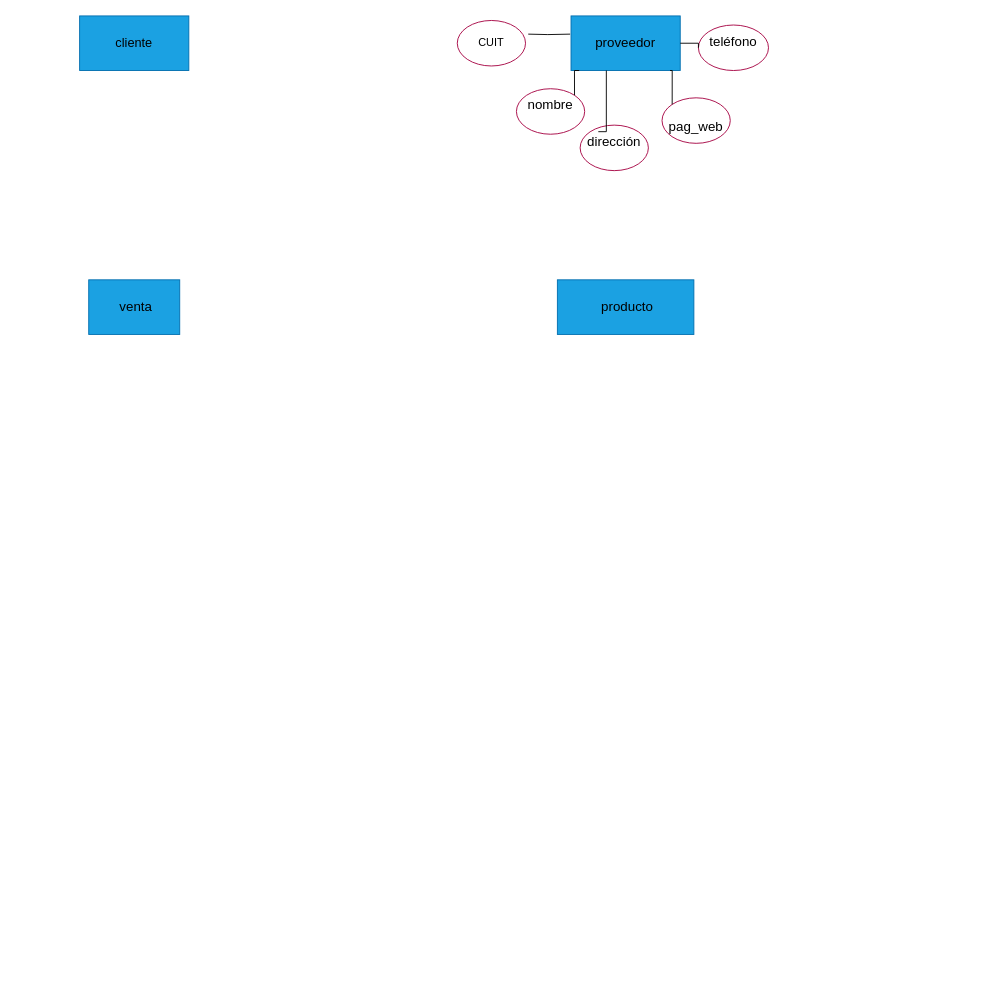
Above: DER_practica/Diagrama sin título.drawio in Sofia-Molinaro/Base_de_Datos_I (draw.io), before the change. Source tidied: cells renumbered, new cells numbered last; positions are measured from the earlier drawing's top-left corner, leaving out a move shared by most shapes. Both pictures are drawn from the tidied source at 91%, with x=0, y=0 at pixel (79, 15).
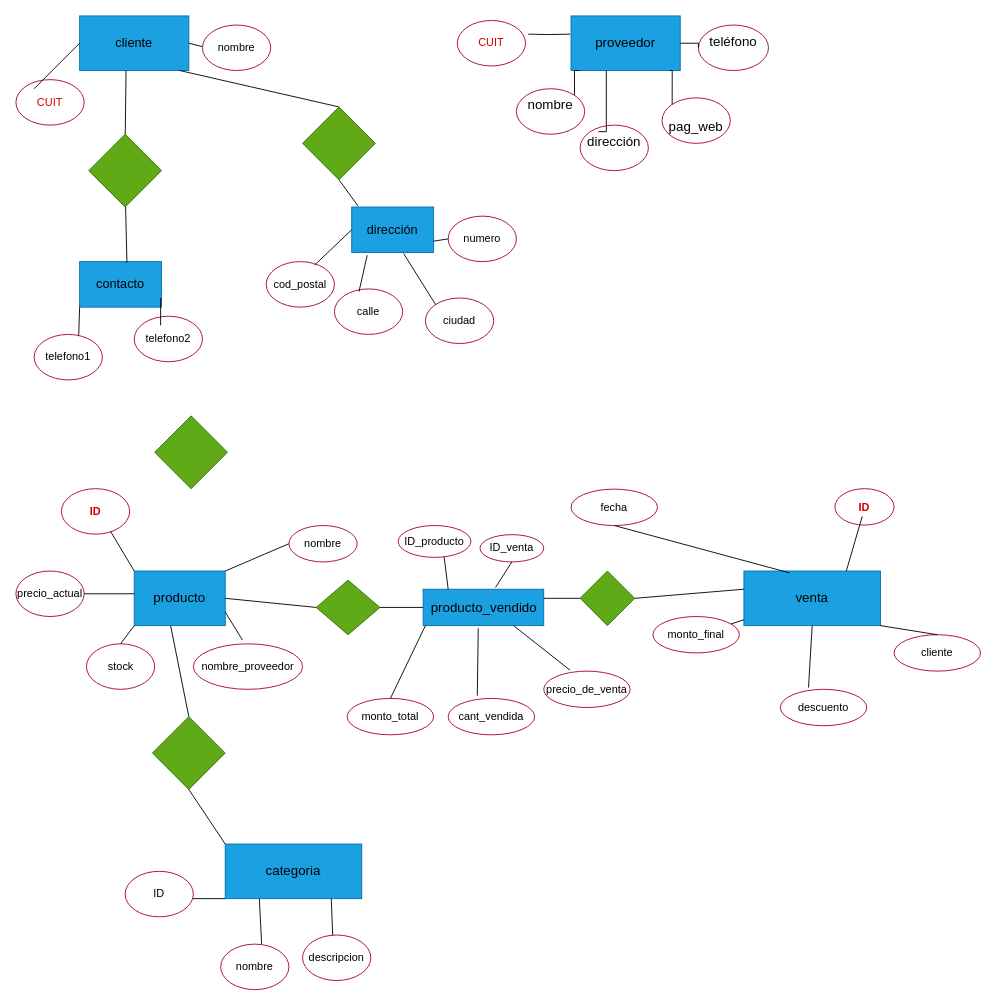
After the change.

Unchanged cells that the change refers to:
```xml
<mxCell id="3" value="&lt;font style=&quot;font-size: 14px;&quot; color=&quot;#000000&quot;&gt;cliente&lt;/font&gt;" style="rounded=0;whiteSpace=wrap;html=1;fillColor=#1ba1e2;fontColor=#ffffff;strokeColor=#006EAF;" parent="1" vertex="1">
  <mxGeometry width="120" height="60" as="geometry" />
</mxCell>
```

What changed in the source:
```diff
@@
-    <mxCell id="4" value="&lt;b id=&quot;docs-internal-guid-612375e4-7fff-f534-00d8-93ea4280d572&quot; style=&quot;font-weight:normal;&quot;&gt;&lt;span style=&quot;font-size: 11pt; font-family: Arial; color: rgb(0, 0, 0); background-color: transparent; font-weight: 400; font-style: normal; font-variant: normal; text-decoration: none; vertical-align: baseline;&quot;&gt;&amp;nbsp;producto&lt;/span&gt;&lt;/b&gt;" style="rounded=0;whiteSpace=wrap;html=1;fillColor=#1ba1e2;fontColor=#ffffff;strokeColor=#006EAF;" parent="1" vertex="1">
-      <mxGeometry x="525" y="290" width="150" height="60" as="geometry" />
+    <mxCell id="4" value="&lt;b id=&quot;docs-internal-guid-612375e4-7fff-f534-00d8-93ea4280d572&quot; style=&quot;font-weight:normal;&quot;&gt;&lt;span style=&quot;font-size: 11pt; font-family: Arial; color: rgb(0, 0, 0); background-color: transparent; font-weight: 400; font-style: normal; font-variant: normal; text-decoration: none; vertical-align: baseline;&quot;&gt;venta&lt;/span&gt;&lt;/b&gt;" style="rounded=0;whiteSpace=wrap;html=1;fillColor=#1ba1e2;fontColor=#ffffff;strokeColor=#006EAF;" parent="1" vertex="1">
+      <mxGeometry x="730" y="610" width="150" height="60" as="geometry" />
     </mxCell>
-    <mxCell id="5" value="&lt;b id=&quot;docs-internal-guid-612375e4-7fff-f534-00d8-93ea4280d572&quot; style=&quot;font-weight:normal;&quot;&gt;&lt;span style=&quot;font-size: 11pt; font-family: Arial; color: rgb(0, 0, 0); background-color: transparent; font-weight: 400; font-style: normal; font-variant: normal; text-decoration: none; vertical-align: baseline;&quot;&gt;&amp;nbsp;venta&lt;/span&gt;&lt;/b&gt;" style="rounded=0;whiteSpace=wrap;html=1;fillColor=#1ba1e2;fontColor=#ffffff;strokeColor=#006EAF;" parent="1" vertex="1">
-      <mxGeometry x="10" y="290" width="100" height="60" as="geometry" />
+    <mxCell id="5" value="&lt;b id=&quot;docs-internal-guid-612375e4-7fff-f534-00d8-93ea4280d572&quot; style=&quot;font-weight:normal;&quot;&gt;&lt;span style=&quot;font-size: 11pt; font-family: Arial; color: rgb(0, 0, 0); background-color: transparent; font-weight: 400; font-style: normal; font-variant: normal; text-decoration: none; vertical-align: baseline;&quot;&gt;producto&lt;/span&gt;&lt;/b&gt;" style="rounded=0;whiteSpace=wrap;html=1;fillColor=#1ba1e2;fontColor=#ffffff;strokeColor=#006EAF;" parent="1" vertex="1">
+      <mxGeometry x="60" y="610" width="100" height="60" as="geometry" />
     </mxCell>
@@
-    <mxCell id="7" value="&lt;font color=&quot;#000000&quot;&gt;CUIT&lt;/font&gt;" style="ellipse;whiteSpace=wrap;html=1;fillColor=#FFFFFF;fontColor=#ffffff;strokeColor=#A50040;" parent="1" vertex="1">
+    <mxCell id="7" value="&lt;font color=&quot;#cc0000&quot;&gt;CUIT&lt;/font&gt;" style="ellipse;whiteSpace=wrap;html=1;fillColor=#FFFFFF;fontColor=#ffffff;strokeColor=#A50040;" parent="1" vertex="1">
       <mxGeometry x="415" y="5" width="75" height="50" as="geometry" />
     </mxCell>
@@
+    <mxCell id="17" value="&lt;font color=&quot;#cc0000&quot;&gt;CUIT&lt;/font&gt;" style="ellipse;whiteSpace=wrap;html=1;fillColor=#FFFFFF;fontColor=#ffffff;strokeColor=#A50040;" parent="1" vertex="1">
+      <mxGeometry x="-70" y="70" width="75" height="50" as="geometry" />
+    </mxCell>
+    <mxCell id="18" style="endArrow=none;html=1;rounded=0;" parent="1" edge="1">
+      <mxGeometry relative="1" as="geometry">
+        <mxPoint x="-50" y="80" as="sourcePoint" />
+        <mxPoint y="30" as="targetPoint" />
+      </mxGeometry>
+    </mxCell>
+    <mxCell id="19" style="endArrow=none;html=1;rounded=0;exitX=0.5;exitY=0;exitDx=0;exitDy=0;" parent="1" edge="1" source="29">
+      <mxGeometry relative="1" as="geometry">
+        <mxPoint x="110" y="60" as="targetPoint" />
+      </mxGeometry>
+    </mxCell>
+    <mxCell id="20" style="endArrow=none;html=1;rounded=0;exitX=0;exitY=0.5;exitDx=0;exitDy=0;entryX=1;entryY=0.5;entryDx=0;entryDy=0;" parent="1" edge="1" target="3">
+      <mxGeometry relative="1" as="geometry">
+        <mxPoint x="140" y="35" as="sourcePoint" />
+      </mxGeometry>
+    </mxCell>
+    <mxCell id="21" style="endArrow=none;html=1;rounded=0;entryX=0.425;entryY=1;entryDx=0;entryDy=0;entryPerimeter=0;" parent="1" edge="1" target="3">
+      <mxGeometry relative="1" as="geometry">
+        <mxPoint x="50" y="140" as="sourcePoint" />
+      </mxGeometry>
+    </mxCell>
+    <mxCell id="22" style="rhombus;whiteSpace=wrap;html=1;fillColor=#60a917;fontColor=#ffffff;strokeColor=#2D7600;" parent="1" vertex="1">
+      <mxGeometry x="10" y="130" width="80" height="80" as="geometry" />
+    </mxCell>
+    <mxCell id="23" value="&lt;font style=&quot;font-size: 14px;&quot; color=&quot;#000000&quot;&gt;contacto&lt;/font&gt;" style="rounded=0;whiteSpace=wrap;html=1;fillColor=#1ba1e2;fontColor=#ffffff;strokeColor=#006EAF;" parent="1" vertex="1">
+      <mxGeometry y="270" width="90" height="50" as="geometry" />
+    </mxCell>
+    <mxCell id="24" style="endArrow=none;html=1;rounded=0;entryX=0.425;entryY=1;entryDx=0;entryDy=0;entryPerimeter=0;exitX=0.578;exitY=0.02;exitDx=0;exitDy=0;exitPerimeter=0;" parent="1" edge="1" source="23">
+      <mxGeometry relative="1" as="geometry">
+        <mxPoint x="50.5" y="210" as="targetPoint" />
+      </mxGeometry>
+    </mxCell>
+    <mxCell id="25" value="&lt;font color=&quot;#000000&quot;&gt;&lt;span style=&quot;font-size: 14px;&quot;&gt;dirección&lt;/span&gt;&lt;/font&gt;" style="rounded=0;whiteSpace=wrap;html=1;fillColor=#1ba1e2;fontColor=#ffffff;strokeColor=#006EAF;" parent="1" vertex="1">
+      <mxGeometry x="299" y="210" width="90" height="50" as="geometry" />
+    </mxCell>
+    <mxCell id="26" value="&lt;font color=&quot;#000000&quot;&gt;telefono1&lt;/font&gt;" style="ellipse;whiteSpace=wrap;html=1;fillColor=#FFFFFF;fontColor=#ffffff;strokeColor=#A50040;" parent="1" vertex="1">
+      <mxGeometry x="-50" y="350" width="75" height="50" as="geometry" />
+    </mxCell>
+    <mxCell id="27" value="&lt;font color=&quot;#000000&quot;&gt;telefono2&lt;/font&gt;" style="ellipse;whiteSpace=wrap;html=1;fillColor=#FFFFFF;fontColor=#ffffff;strokeColor=#A50040;" parent="1" vertex="1">
+      <mxGeometry x="60" y="330" width="75" height="50" as="geometry" />
+    </mxCell>
+    <mxCell id="28" value="&lt;font color=&quot;#000000&quot;&gt;nombre&lt;/font&gt;" style="ellipse;whiteSpace=wrap;html=1;fillColor=#FFFFFF;fontColor=#ffffff;strokeColor=#A50040;" parent="1" vertex="1">
+      <mxGeometry x="135" y="10" width="75" height="50" as="geometry" />
+    </mxCell>
+    <mxCell id="29" style="rhombus;whiteSpace=wrap;html=1;fillColor=#60a917;fontColor=#ffffff;strokeColor=#2D7600;" parent="1" vertex="1">
+      <mxGeometry x="245" y="100" width="80" height="80" as="geometry" />
+    </mxCell>
+    <mxCell id="30" style="endArrow=none;html=1;rounded=0;entryX=0.5;entryY=1;entryDx=0;entryDy=0;exitX=0.078;exitY=-0.02;exitDx=0;exitDy=0;exitPerimeter=0;" parent="1" edge="1" source="25" target="29">
+      <mxGeometry relative="1" as="geometry" />
+    </mxCell>
+    <mxCell id="31" style="endArrow=none;html=1;rounded=0;entryX=0.425;entryY=1;entryDx=0;entryDy=0;entryPerimeter=0;" parent="1" edge="1">
+      <mxGeometry relative="1" as="geometry">
+        <mxPoint x="89" y="340" as="sourcePoint" />
+        <mxPoint x="89" y="310" as="targetPoint" />
+      </mxGeometry>
+    </mxCell>
+    <mxCell id="32" style="endArrow=none;html=1;rounded=0;entryX=0;entryY=1;entryDx=0;entryDy=0;exitX=0.653;exitY=0.02;exitDx=0;exitDy=0;exitPerimeter=0;" parent="1" edge="1" source="26" target="23">
+      <mxGeometry relative="1" as="geometry" />
+    </mxCell>
+    <mxCell id="33" value="&lt;font color=&quot;#000000&quot;&gt;calle&lt;/font&gt;" style="ellipse;whiteSpace=wrap;html=1;fillColor=#FFFFFF;fontColor=#ffffff;strokeColor=#A50040;" parent="1" vertex="1">
+      <mxGeometry x="280" y="300" width="75" height="50" as="geometry" />
+    </mxCell>
+    <mxCell id="34" value="&lt;font color=&quot;#000000&quot;&gt;numero&lt;/font&gt;" style="ellipse;whiteSpace=wrap;html=1;fillColor=#FFFFFF;fontColor=#ffffff;strokeColor=#A50040;" parent="1" vertex="1">
+      <mxGeometry x="405" y="220" width="75" height="50" as="geometry" />
+    </mxCell>
+    <mxCell id="35" value="&lt;font color=&quot;#000000&quot;&gt;cod_postal&lt;/font&gt;" style="ellipse;whiteSpace=wrap;html=1;fillColor=#FFFFFF;fontColor=#ffffff;strokeColor=#A50040;" parent="1" vertex="1">
+      <mxGeometry x="205" y="270" width="75" height="50" as="geometry" />
+    </mxCell>
+    <mxCell id="36" value="&lt;font color=&quot;#000000&quot;&gt;ciudad&lt;/font&gt;" style="ellipse;whiteSpace=wrap;html=1;fillColor=#FFFFFF;fontColor=#ffffff;strokeColor=#A50040;" parent="1" vertex="1">
+      <mxGeometry x="380" y="310" width="75" height="50" as="geometry" />
+    </mxCell>
+    <mxCell id="37" style="endArrow=none;html=1;rounded=0;exitX=0.707;exitY=0.08;exitDx=0;exitDy=0;exitPerimeter=0;entryX=0;entryY=0.5;entryDx=0;entryDy=0;" parent="1" edge="1" source="35" target="25">
+      <mxGeometry relative="1" as="geometry" />
+    </mxCell>
+    <mxCell id="38" style="endArrow=none;html=1;rounded=0;exitX=0.36;exitY=0.06;exitDx=0;exitDy=0;exitPerimeter=0;entryX=0.189;entryY=1.06;entryDx=0;entryDy=0;entryPerimeter=0;" parent="1" edge="1" source="33" target="25">
+      <mxGeometry relative="1" as="geometry" />
+    </mxCell>
+    <mxCell id="39" style="endArrow=none;html=1;rounded=0;exitX=0;exitY=0;exitDx=0;exitDy=0;entryX=0.633;entryY=1.02;entryDx=0;entryDy=0;entryPerimeter=0;" parent="1" edge="1" source="36" target="25">
+      <mxGeometry relative="1" as="geometry" />
+    </mxCell>
+    <mxCell id="40" style="endArrow=none;html=1;rounded=0;exitX=0;exitY=0.5;exitDx=0;exitDy=0;entryX=1;entryY=0.75;entryDx=0;entryDy=0;" parent="1" edge="1" source="34" target="25">
+      <mxGeometry relative="1" as="geometry" />
+    </mxCell>
+    <mxCell id="41" value="&lt;font color=&quot;#cc0000&quot;&gt;&lt;b&gt;ID&lt;/b&gt;&lt;/font&gt;" style="ellipse;whiteSpace=wrap;html=1;fillColor=#FFFFFF;fontColor=#ffffff;strokeColor=#A50040;" parent="1" vertex="1">
+      <mxGeometry x="-20" y="519.5" width="75" height="50" as="geometry" />
+    </mxCell>
+    <mxCell id="42" value="&lt;font color=&quot;#000000&quot;&gt;nombre&lt;/font&gt;" style="ellipse;whiteSpace=wrap;html=1;fillColor=#FFFFFF;fontColor=#ffffff;strokeColor=#A50040;" parent="1" vertex="1">
+      <mxGeometry x="230" y="560" width="75" height="40" as="geometry" />
+    </mxCell>
+    <mxCell id="43" value="&lt;font color=&quot;#000000&quot;&gt;precio_actual&lt;/font&gt;" style="ellipse;whiteSpace=wrap;html=1;fillColor=#FFFFFF;fontColor=#ffffff;strokeColor=#A50040;" parent="1" vertex="1">
+      <mxGeometry x="-70" y="610" width="75" height="50" as="geometry" />
+    </mxCell>
+    <mxCell id="44" value="&lt;font color=&quot;#000000&quot;&gt;stock&lt;/font&gt;" style="ellipse;whiteSpace=wrap;html=1;fillColor=#FFFFFF;fontColor=#ffffff;strokeColor=#A50040;" parent="1" vertex="1">
+      <mxGeometry x="7.5" y="690" width="75" height="50" as="geometry" />
+    </mxCell>
+    <mxCell id="45" value="&lt;font color=&quot;#000000&quot;&gt;nombre_proveedor&lt;/font&gt;" style="ellipse;whiteSpace=wrap;html=1;fillColor=#FFFFFF;fontColor=#ffffff;strokeColor=#A50040;" parent="1" vertex="1">
+      <mxGeometry x="125" y="690" width="120" height="50" as="geometry" />
+    </mxCell>
+    <mxCell id="46" style="endArrow=none;html=1;rounded=0;exitX=0;exitY=0;exitDx=0;exitDy=0;entryX=0.72;entryY=0.94;entryDx=0;entryDy=0;entryPerimeter=0;" parent="1" edge="1" source="5" target="41">
+      <mxGeometry relative="1" as="geometry" />
+    </mxCell>
+    <mxCell id="47" style="endArrow=none;html=1;rounded=0;exitX=1;exitY=0;exitDx=0;exitDy=0;entryX=0;entryY=0.5;entryDx=0;entryDy=0;" parent="1" edge="1" source="5" target="42">
+      <mxGeometry relative="1" as="geometry" />
+    </mxCell>
+    <mxCell id="48" style="endArrow=none;html=1;rounded=0;entryX=1;entryY=0.5;entryDx=0;entryDy=0;" parent="1" edge="1" target="43">
+      <mxGeometry relative="1" as="geometry">
+        <mxPoint x="60" y="635" as="sourcePoint" />
+      </mxGeometry>
+    </mxCell>
+    <mxCell id="49" style="endArrow=none;html=1;rounded=0;exitX=1;exitY=0.75;exitDx=0;exitDy=0;entryX=0.45;entryY=-0.08;entryDx=0;entryDy=0;entryPerimeter=0;" parent="1" edge="1" source="5" target="45">
+      <mxGeometry relative="1" as="geometry" />
+    </mxCell>
+    <mxCell id="50" style="endArrow=none;html=1;rounded=0;exitX=0;exitY=1;exitDx=0;exitDy=0;entryX=0.5;entryY=0;entryDx=0;entryDy=0;" parent="1" edge="1" source="5" target="44">
+      <mxGeometry relative="1" as="geometry" />
+    </mxCell>
+    <mxCell id="51" style="rhombus;whiteSpace=wrap;html=1;fillColor=#60a917;fontColor=#ffffff;strokeColor=#2D7600;" parent="1" vertex="1">
+      <mxGeometry x="82.5" y="439.5" width="80" height="80" as="geometry" />
+    </mxCell>
+    <mxCell id="52" style="endArrow=none;html=1;rounded=0;exitX=0.4;exitY=1;exitDx=0;exitDy=0;exitPerimeter=0;entryX=0.5;entryY=0;entryDx=0;entryDy=0;" parent="1" edge="1" source="5" target="54">
+      <mxGeometry relative="1" as="geometry" />
+    </mxCell>
+    <mxCell id="53" value="&lt;b id=&quot;docs-internal-guid-612375e4-7fff-f534-00d8-93ea4280d572&quot; style=&quot;font-weight:normal;&quot;&gt;&lt;span style=&quot;font-size: 11pt; font-family: Arial; color: rgb(0, 0, 0); background-color: transparent; font-weight: 400; font-style: normal; font-variant: normal; text-decoration: none; vertical-align: baseline;&quot;&gt;categoria&lt;/span&gt;&lt;/b&gt;" style="rounded=0;whiteSpace=wrap;html=1;fillColor=#1ba1e2;fontColor=#ffffff;strokeColor=#006EAF;" parent="1" vertex="1">
+      <mxGeometry x="160" y="910" width="150" height="60" as="geometry" />
+    </mxCell>
+    <mxCell id="54" style="rhombus;whiteSpace=wrap;html=1;fillColor=#60a917;fontColor=#ffffff;strokeColor=#2D7600;" parent="1" vertex="1">
+      <mxGeometry x="80" y="770" width="80" height="80" as="geometry" />
+    </mxCell>
+    <mxCell id="55" style="endArrow=none;html=1;rounded=0;exitX=0.5;exitY=1;exitDx=0;exitDy=0;entryX=0;entryY=0;entryDx=0;entryDy=0;" parent="1" edge="1" source="54" target="53">
+      <mxGeometry relative="1" as="geometry" />
+    </mxCell>
+    <mxCell id="56" style="endArrow=none;html=1;rounded=0;exitX=0.4;exitY=1;exitDx=0;exitDy=0;exitPerimeter=0;" parent="1" edge="1">
+      <mxGeometry relative="1" as="geometry">
+        <mxPoint x="160" y="970" as="sourcePoint" />
+        <mxPoint x="120" y="970" as="targetPoint" />
+      </mxGeometry>
+    </mxCell>
+    <mxCell id="57" style="endArrow=none;html=1;rounded=0;exitX=0.25;exitY=1;exitDx=0;exitDy=0;" parent="1" edge="1" source="53">
+      <mxGeometry relative="1" as="geometry">
+        <mxPoint x="200" y="1020" as="targetPoint" />
+      </mxGeometry>
+    </mxCell>
+    <mxCell id="58" style="endArrow=none;html=1;rounded=0;exitX=0.25;exitY=1;exitDx=0;exitDy=0;" parent="1" edge="1">
+      <mxGeometry relative="1" as="geometry">
+        <mxPoint x="276.5" y="970" as="sourcePoint" />
+        <mxPoint x="278.5" y="1020" as="targetPoint" />
+      </mxGeometry>
+    </mxCell>
+    <mxCell id="59" value="&lt;font color=&quot;#000000&quot;&gt;ID&lt;/font&gt;" style="ellipse;whiteSpace=wrap;html=1;fillColor=#FFFFFF;fontColor=#ffffff;strokeColor=#A50040;" parent="1" vertex="1">
+      <mxGeometry x="50" y="940" width="75" height="50" as="geometry" />
+    </mxCell>
+    <mxCell id="60" value="&lt;font color=&quot;#000000&quot;&gt;nombre&lt;/font&gt;" style="ellipse;whiteSpace=wrap;html=1;fillColor=#FFFFFF;fontColor=#ffffff;strokeColor=#A50040;" parent="1" vertex="1">
+      <mxGeometry x="155" y="1020" width="75" height="50" as="geometry" />
+    </mxCell>
+    <mxCell id="61" value="&lt;font color=&quot;#000000&quot;&gt;descripcion&lt;/font&gt;" style="ellipse;whiteSpace=wrap;html=1;fillColor=#FFFFFF;fontColor=#ffffff;strokeColor=#A50040;" parent="1" vertex="1">
+      <mxGeometry x="245" y="1010" width="75" height="50" as="geometry" />
+    </mxCell>
+    <mxCell id="62" value="&lt;font color=&quot;#cc0000&quot;&gt;&lt;b&gt;ID&lt;/b&gt;&lt;/font&gt;" style="ellipse;whiteSpace=wrap;html=1;fillColor=#FFFFFF;fontColor=#ffffff;strokeColor=#A50040;" parent="1" vertex="1">
+      <mxGeometry x="830" y="519.5" width="65" height="40" as="geometry" />
+    </mxCell>
+    <mxCell id="63" value="&lt;font color=&quot;#000000&quot;&gt;fecha&lt;/font&gt;" style="ellipse;whiteSpace=wrap;html=1;fillColor=#FFFFFF;fontColor=#ffffff;strokeColor=#A50040;" parent="1" vertex="1">
+      <mxGeometry x="540" y="520" width="95" height="40" as="geometry" />
+    </mxCell>
+    <mxCell id="64" value="&lt;font color=&quot;#000000&quot;&gt;cliente&lt;/font&gt;" style="ellipse;whiteSpace=wrap;html=1;fillColor=#FFFFFF;fontColor=#ffffff;strokeColor=#A50040;" parent="1" vertex="1">
+      <mxGeometry x="895" y="680" width="95" height="40" as="geometry" />
+    </mxCell>
+    <mxCell id="65" value="&lt;font color=&quot;#000000&quot;&gt;descuento&lt;/font&gt;" style="ellipse;whiteSpace=wrap;html=1;fillColor=#FFFFFF;fontColor=#ffffff;strokeColor=#A50040;" parent="1" vertex="1">
+      <mxGeometry x="770" y="740" width="95" height="40" as="geometry" />
+    </mxCell>
+    <mxCell id="66" value="&lt;font color=&quot;#000000&quot;&gt;monto_final&lt;/font&gt;" style="ellipse;whiteSpace=wrap;html=1;fillColor=#FFFFFF;fontColor=#ffffff;strokeColor=#A50040;" parent="1" vertex="1">
+      <mxGeometry x="630" y="660" width="95" height="40" as="geometry" />
+    </mxCell>
+    <mxCell id="67" style="endArrow=none;html=1;rounded=0;exitX=0.5;exitY=0;exitDx=0;exitDy=0;entryX=1;entryY=1;entryDx=0;entryDy=0;" parent="1" edge="1" source="64" target="4">
+      <mxGeometry relative="1" as="geometry" />
+    </mxCell>
+    <mxCell id="68" style="endArrow=none;html=1;rounded=0;exitX=0.326;exitY=-0.05;exitDx=0;exitDy=0;entryX=0.5;entryY=1;entryDx=0;entryDy=0;exitPerimeter=0;" parent="1" edge="1" source="65" target="4">
+      <mxGeometry relative="1" as="geometry" />
+    </mxCell>
+    <mxCell id="69" style="endArrow=none;html=1;rounded=0;exitX=0.75;exitY=0;exitDx=0;exitDy=0;" parent="1" edge="1" source="4">
+      <mxGeometry relative="1" as="geometry">
+        <mxPoint x="860" y="550" as="targetPoint" />
+      </mxGeometry>
+    </mxCell>
+    <mxCell id="70" style="endArrow=none;html=1;rounded=0;" parent="1" edge="1" source="66" target="4">
+      <mxGeometry relative="1" as="geometry" />
+    </mxCell>
+    <mxCell id="71" style="endArrow=none;html=1;rounded=0;exitX=0.333;exitY=0.033;exitDx=0;exitDy=0;exitPerimeter=0;entryX=0.5;entryY=1;entryDx=0;entryDy=0;" parent="1" edge="1" source="4" target="63">
+      <mxGeometry relative="1" as="geometry" />
+    </mxCell>
+    <mxCell id="72" style="rhombus;whiteSpace=wrap;html=1;fillColor=#60a917;fontColor=#ffffff;strokeColor=#2D7600;" parent="1" vertex="1">
+      <mxGeometry x="260" y="620" width="70" height="60" as="geometry" />
+    </mxCell>
+    <mxCell id="73" style="rhombus;whiteSpace=wrap;html=1;fillColor=#60a917;fontColor=#ffffff;strokeColor=#2D7600;" parent="1" vertex="1">
+      <mxGeometry x="550" y="610" width="60" height="60" as="geometry" />
+    </mxCell>
+    <mxCell id="74" value="&lt;b id=&quot;docs-internal-guid-612375e4-7fff-f534-00d8-93ea4280d572&quot; style=&quot;font-weight:normal;&quot;&gt;&lt;span style=&quot;font-size: 11pt; font-family: Arial; color: rgb(0, 0, 0); background-color: transparent; font-weight: 400; font-style: normal; font-variant: normal; text-decoration: none; vertical-align: baseline;&quot;&gt;producto_vendido&lt;/span&gt;&lt;/b&gt;" style="rounded=0;whiteSpace=wrap;html=1;fillColor=#1ba1e2;fontColor=#ffffff;strokeColor=#006EAF;" parent="1" vertex="1">
+      <mxGeometry x="377.5" y="630" width="132.5" height="40" as="geometry" />
+    </mxCell>
+    <mxCell id="75" style="endArrow=none;html=1;rounded=0;exitX=1;exitY=0.5;exitDx=0;exitDy=0;" parent="1" edge="1" source="73">
+      <mxGeometry relative="1" as="geometry">
+        <mxPoint x="730" y="630" as="targetPoint" />
+      </mxGeometry>
+    </mxCell>
+    <mxCell id="76" style="endArrow=none;html=1;rounded=0;exitX=1;exitY=0.25;exitDx=0;exitDy=0;entryX=0;entryY=0.5;entryDx=0;entryDy=0;" parent="1" edge="1" source="74" target="73">
+      <mxGeometry relative="1" as="geometry" />
+    </mxCell>
+    <mxCell id="77" style="endArrow=none;html=1;rounded=0;" parent="1" edge="1" source="72">
+      <mxGeometry relative="1" as="geometry">
+        <mxPoint x="377.5" y="650" as="targetPoint" />
+      </mxGeometry>
+    </mxCell>
+    <mxCell id="78" style="endArrow=none;html=1;rounded=0;exitX=1;exitY=0.5;exitDx=0;exitDy=0;" parent="1" edge="1" source="5">
+      <mxGeometry relative="1" as="geometry">
+        <mxPoint x="260" y="650" as="targetPoint" />
+      </mxGeometry>
+    </mxCell>
+    <mxCell id="79" style="endArrow=none;html=1;rounded=0;entryX=0.75;entryY=1;entryDx=0;entryDy=0;exitX=0.305;exitY=-0.025;exitDx=0;exitDy=0;exitPerimeter=0;" parent="1" edge="1" source="80" target="74">
+      <mxGeometry relative="1" as="geometry" />
+    </mxCell>
+    <mxCell id="80" value="&lt;font color=&quot;#000000&quot;&gt;precio_de_venta&lt;/font&gt;" style="ellipse;whiteSpace=wrap;html=1;fillColor=#FFFFFF;fontColor=#ffffff;strokeColor=#A50040;" parent="1" vertex="1">
+      <mxGeometry x="510" y="720" width="95" height="40" as="geometry" />
+    </mxCell>
+    <mxCell id="81" value="&lt;font color=&quot;#000000&quot;&gt;cant_vendida&lt;/font&gt;" style="ellipse;whiteSpace=wrap;html=1;fillColor=#FFFFFF;fontColor=#ffffff;strokeColor=#A50040;" parent="1" vertex="1">
+      <mxGeometry x="405" y="750" width="95" height="40" as="geometry" />
+    </mxCell>
+    <mxCell id="82" value="&lt;font color=&quot;#000000&quot;&gt;monto_total&lt;/font&gt;" style="ellipse;whiteSpace=wrap;html=1;fillColor=#FFFFFF;fontColor=#ffffff;strokeColor=#A50040;" parent="1" vertex="1">
+      <mxGeometry x="294" y="750" width="95" height="40" as="geometry" />
+    </mxCell>
+    <mxCell id="83" style="edgeStyle=orthogonalEdgeStyle;rounded=0;orthogonalLoop=1;jettySize=auto;html=1;exitX=0.5;exitY=1;exitDx=0;exitDy=0;" parent="1" edge="1" source="82" target="82">
+      <mxGeometry relative="1" as="geometry" />
+    </mxCell>
+    <mxCell id="84" style="endArrow=none;html=1;rounded=0;exitX=0.5;exitY=0;exitDx=0;exitDy=0;" parent="1" edge="1" source="82">
+      <mxGeometry relative="1" as="geometry">
+        <mxPoint x="380" y="670" as="targetPoint" />
+      </mxGeometry>
+    </mxCell>
+    <mxCell id="85" style="endArrow=none;html=1;rounded=0;exitX=0.337;exitY=-0.075;exitDx=0;exitDy=0;entryX=0.457;entryY=1.075;entryDx=0;entryDy=0;entryPerimeter=0;exitPerimeter=0;" parent="1" edge="1" source="81" target="74">
+      <mxGeometry relative="1" as="geometry" />
+    </mxCell>
+    <mxCell id="86" style="endArrow=none;html=1;rounded=0;" parent="1" edge="1">
+      <mxGeometry relative="1" as="geometry">
+        <mxPoint x="405" y="630" as="sourcePoint" />
+        <mxPoint x="400" y="590" as="targetPoint" />
+      </mxGeometry>
+    </mxCell>
+    <mxCell id="87" value="&lt;font color=&quot;#000000&quot;&gt;ID_producto&lt;/font&gt;" style="ellipse;whiteSpace=wrap;html=1;fillColor=#FFFFFF;fontColor=#ffffff;strokeColor=#A50040;" parent="1" vertex="1">
+      <mxGeometry x="350" y="560" width="80" height="35" as="geometry" />
+    </mxCell>
+    <mxCell id="88" value="&lt;font color=&quot;#000000&quot;&gt;ID_venta&lt;/font&gt;" style="ellipse;whiteSpace=wrap;html=1;fillColor=#FFFFFF;fontColor=#ffffff;strokeColor=#A50040;" parent="1" vertex="1">
+      <mxGeometry x="440" y="570" width="70" height="30" as="geometry" />
+    </mxCell>
+    <mxCell id="89" style="endArrow=none;html=1;rounded=0;entryX=0.5;entryY=1;entryDx=0;entryDy=0;exitX=0.6;exitY=-0.05;exitDx=0;exitDy=0;exitPerimeter=0;" parent="1" edge="1" source="74" target="88">
+      <mxGeometry relative="1" as="geometry" />
+    </mxCell>
```
